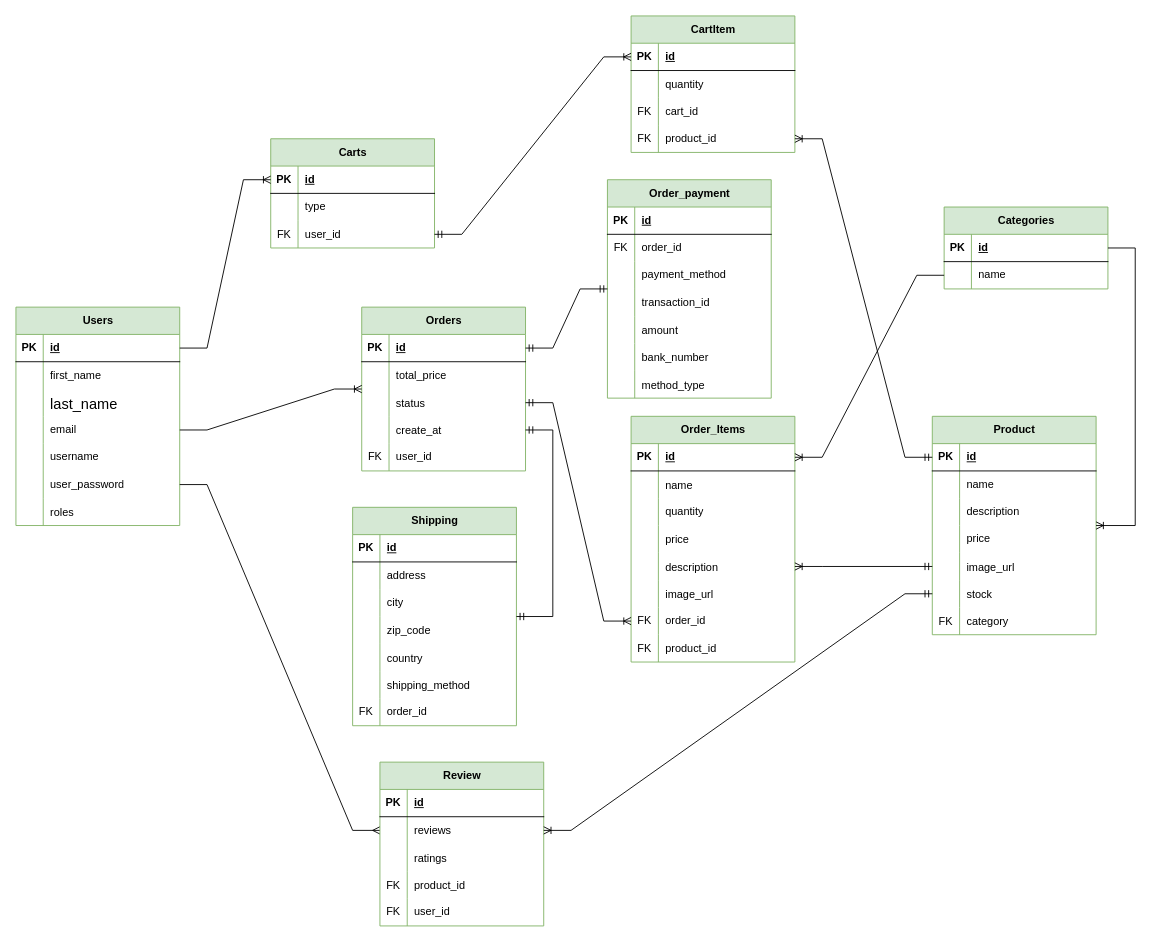
The draw.io diagram ER Diagram.drawio in matobuild/Elegant, before the edit. Source tidied: cells renumbered, new cells numbered last; positions are measured from the earlier drawing's top-left corner, leaving out a move shared by most shapes. Both pictures are drawn from the tidied source at 91%, with x=0, y=0 at pixel (15, 15).
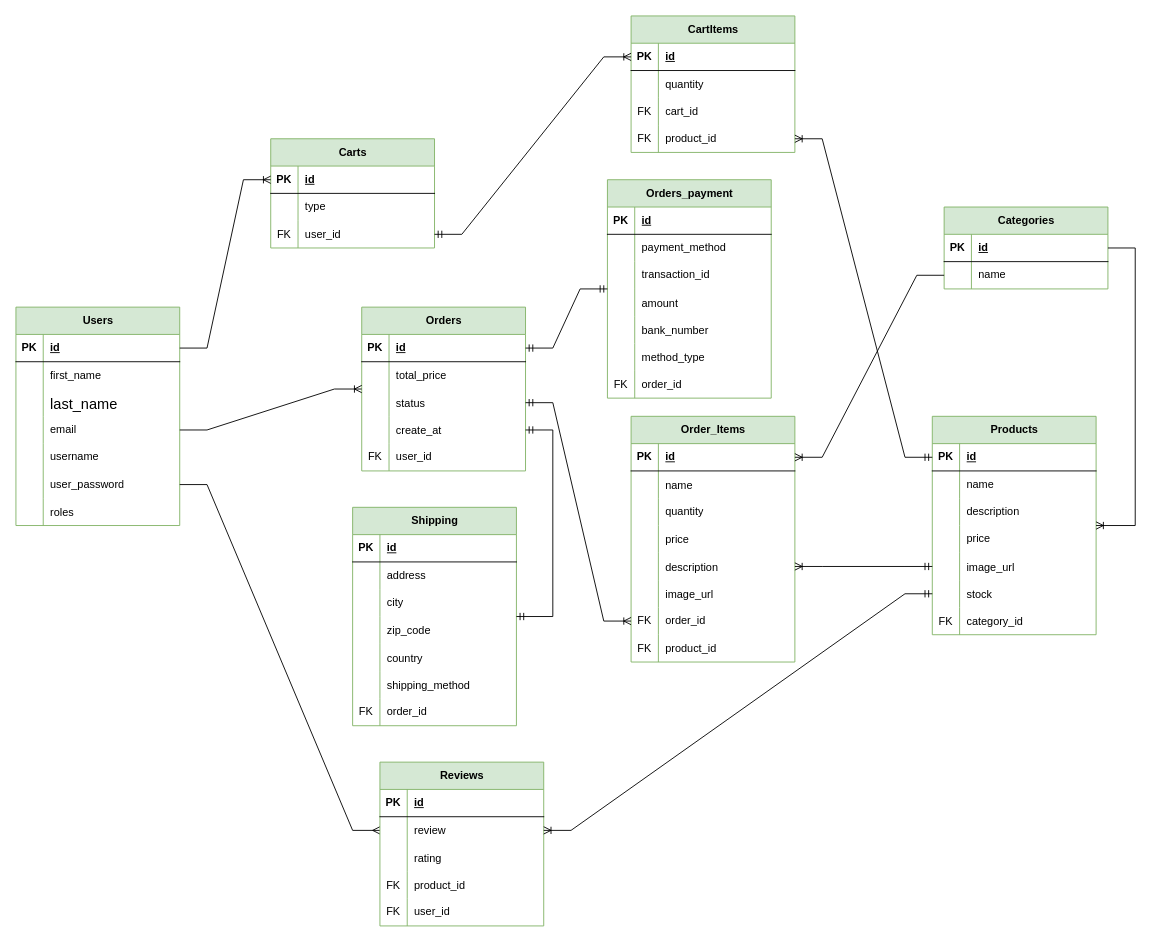
After the change.

Unchanged cells that the change refers to:
```xml
<mxCell id="43" style="shape=tableRow;horizontal=0;startSize=0;swimlaneHead=0;swimlaneBody=0;fillColor=none;top=0;left=0;right=0;bottom=0;" parent="24" vertex="1">
  <mxGeometry y="210" width="180" height="30" as="geometry" />
</mxCell>
<mxCell id="175" style="shape=tableRow;horizontal=0;startSize=0;swimlaneHead=0;swimlaneBody=0;fillColor=none;points=[[0,0.5],[1,0.5]];portConstraint=eastwest;top=0;left=0;right=0;bottom=0;" parent="171" vertex="1">
  <mxGeometry y="60" width="180" height="30" as="geometry" />
</mxCell>
<mxCell id="178" style="shape=tableRow;horizontal=0;startSize=0;swimlaneHead=0;swimlaneBody=0;fillColor=none;top=0;left=0;right=0;bottom=0;" parent="171" vertex="1">
  <mxGeometry y="90" width="180" height="30" as="geometry" />
</mxCell>
```

Change to the diagram source:
```diff
@@
-    <mxCell id="24" value="Product" style="shape=table;startSize=30;childLayout=tableLayout;rowLines=0;fontStyle=1;align=center;html=1;fillColor=#d5e8d4;strokeColor=#82b366;" parent="1" vertex="1">
+    <mxCell id="24" value="Products" style="shape=table;startSize=30;childLayout=tableLayout;rowLines=0;fontStyle=1;align=center;html=1;fillColor=#d5e8d4;strokeColor=#82b366;" parent="1" vertex="1">
       <mxGeometry x="1007" y="440" width="180" height="240" as="geometry" />
     </mxCell>
@@
-    <mxCell id="45" value="category" style="shape=partialRectangle;fillColor=none;top=0;left=0;bottom=0;right=0;align=left;spacingLeft=6;overflow=hidden;" parent="43" vertex="1">
+    <mxCell id="45" value="category_id" style="shape=partialRectangle;fillColor=none;top=0;left=0;bottom=0;right=0;align=left;spacingLeft=6;overflow=hidden;" parent="43" vertex="1">
       <mxGeometry x="30" width="150" height="30" as="geometry" />
     </mxCell>
@@
-    <mxCell id="119" value="Order_payment" style="shape=table;startSize=30;childLayout=tableLayout;rowLines=0;fontStyle=1;align=center;html=1;fillColor=#d5e8d4;strokeColor=#82b366;" parent="1" vertex="1">
+    <mxCell id="119" value="Orders_payment" style="shape=table;startSize=30;childLayout=tableLayout;rowLines=0;fontStyle=1;align=center;html=1;fillColor=#d5e8d4;strokeColor=#82b366;" parent="1" vertex="1">
       <mxGeometry x="650" y="180" width="180" height="240" as="geometry" />
     </mxCell>
@@
-    <mxCell id="123" style="shape=tableRow;horizontal=0;startSize=0;swimlaneHead=0;swimlaneBody=0;fillColor=none;top=0;left=0;right=0;bottom=0;" parent="119" vertex="1">
-      <mxGeometry y="60" width="180" height="30" as="geometry" />
-    </mxCell>
-    <mxCell id="124" value="FK" style="shape=partialRectangle;fillColor=none;top=0;left=0;bottom=0;right=0;overflow=hidden;whiteSpace=wrap;html=1;" parent="123" vertex="1">
-      <mxGeometry width="30" height="30" as="geometry" />
-    </mxCell>
-    <mxCell id="125" value="order_id" style="shape=partialRectangle;fillColor=none;top=0;left=0;bottom=0;right=0;align=left;spacingLeft=6;overflow=hidden;whiteSpace=wrap;html=1;" parent="123" vertex="1">
-      <mxGeometry x="30" width="150" height="30" as="geometry" />
-    </mxCell>
     <mxCell id="126" style="shape=tableRow;horizontal=0;startSize=0;swimlaneHead=0;swimlaneBody=0;fillColor=none;top=0;left=0;right=0;bottom=0;" parent="119" vertex="1">
-      <mxGeometry y="90" width="180" height="30" as="geometry" />
+      <mxGeometry y="60" width="180" height="30" as="geometry" />
     </mxCell>
@@
     <mxCell id="129" style="shape=tableRow;horizontal=0;startSize=0;swimlaneHead=0;swimlaneBody=0;fillColor=none;top=0;left=0;right=0;bottom=0;" parent="119" vertex="1">
-      <mxGeometry y="120" width="180" height="30" as="geometry" />
+      <mxGeometry y="90" width="180" height="30" as="geometry" />
     </mxCell>
@@
     <mxCell id="132" style="shape=tableRow;horizontal=0;startSize=0;swimlaneHead=0;swimlaneBody=0;fillColor=none;top=0;left=0;right=0;bottom=0;" parent="119" vertex="1">
-      <mxGeometry y="150" width="180" height="30" as="geometry" />
+      <mxGeometry y="120" width="180" height="30" as="geometry" />
     </mxCell>
@@
     <mxCell id="135" style="shape=tableRow;horizontal=0;startSize=0;swimlaneHead=0;swimlaneBody=0;fillColor=none;top=0;left=0;right=0;bottom=0;" parent="119" vertex="1">
-      <mxGeometry y="180" width="180" height="30" as="geometry" />
+      <mxGeometry y="150" width="180" height="30" as="geometry" />
     </mxCell>
@@
     <mxCell id="138" style="shape=tableRow;horizontal=0;startSize=0;swimlaneHead=0;swimlaneBody=0;fillColor=none;top=0;left=0;right=0;bottom=0;" parent="119" vertex="1">
-      <mxGeometry y="210" width="180" height="30" as="geometry" />
+      <mxGeometry y="180" width="180" height="30" as="geometry" />
     </mxCell>
@@
+    <mxCell id="123" style="shape=tableRow;horizontal=0;startSize=0;swimlaneHead=0;swimlaneBody=0;fillColor=none;top=0;left=0;right=0;bottom=0;" parent="119" vertex="1">
+      <mxGeometry y="210" width="180" height="30" as="geometry" />
+    </mxCell>
+    <mxCell id="124" value="FK" style="shape=partialRectangle;fillColor=none;top=0;left=0;bottom=0;right=0;overflow=hidden;whiteSpace=wrap;html=1;" parent="123" vertex="1">
+      <mxGeometry width="30" height="30" as="geometry" />
+    </mxCell>
+    <mxCell id="125" value="order_id" style="shape=partialRectangle;fillColor=none;top=0;left=0;bottom=0;right=0;align=left;spacingLeft=6;overflow=hidden;whiteSpace=wrap;html=1;" parent="123" vertex="1">
+      <mxGeometry x="30" width="150" height="30" as="geometry" />
+    </mxCell>
@@
-    <mxCell id="143" value="CartItem" style="shape=table;startSize=30;childLayout=tableLayout;rowLines=0;fontStyle=1;align=center;html=1;fillColor=#d5e8d4;strokeColor=#82b366;" parent="1" vertex="1">
+    <mxCell id="143" value="CartItems" style="shape=table;startSize=30;childLayout=tableLayout;rowLines=0;fontStyle=1;align=center;html=1;fillColor=#d5e8d4;strokeColor=#82b366;" parent="1" vertex="1">
       <mxGeometry x="676" width="180" height="150" as="geometry" />
     </mxCell>
@@
-    <mxCell id="171" value="Review" style="shape=table;startSize=30;childLayout=tableLayout;rowLines=0;fontStyle=1;align=center;html=1;fillColor=#d5e8d4;strokeColor=#82b366;" parent="1" vertex="1">
+    <mxCell id="171" value="Reviews" style="shape=table;startSize=30;childLayout=tableLayout;rowLines=0;fontStyle=1;align=center;html=1;fillColor=#d5e8d4;strokeColor=#82b366;" parent="1" vertex="1">
       <mxGeometry x="400" y="820" width="180" height="180" as="geometry" />
     </mxCell>
@@
-    <mxCell id="177" value="reviews" style="shape=partialRectangle;fillColor=none;top=0;left=0;bottom=0;right=0;align=left;spacingLeft=6;overflow=hidden;" parent="175" vertex="1">
+    <mxCell id="177" value="review" style="shape=partialRectangle;fillColor=none;top=0;left=0;bottom=0;right=0;align=left;spacingLeft=6;overflow=hidden;" parent="175" vertex="1">
       <mxGeometry x="30" width="150" height="30" as="geometry" />
     </mxCell>
@@
-    <mxCell id="180" value="ratings" style="shape=partialRectangle;fillColor=none;top=0;left=0;bottom=0;right=0;align=left;spacingLeft=6;overflow=hidden;" parent="178" vertex="1">
+    <mxCell id="180" value="rating" style="shape=partialRectangle;fillColor=none;top=0;left=0;bottom=0;right=0;align=left;spacingLeft=6;overflow=hidden;" parent="178" vertex="1">
       <mxGeometry x="30" width="150" height="30" as="geometry" />
     </mxCell>
```
